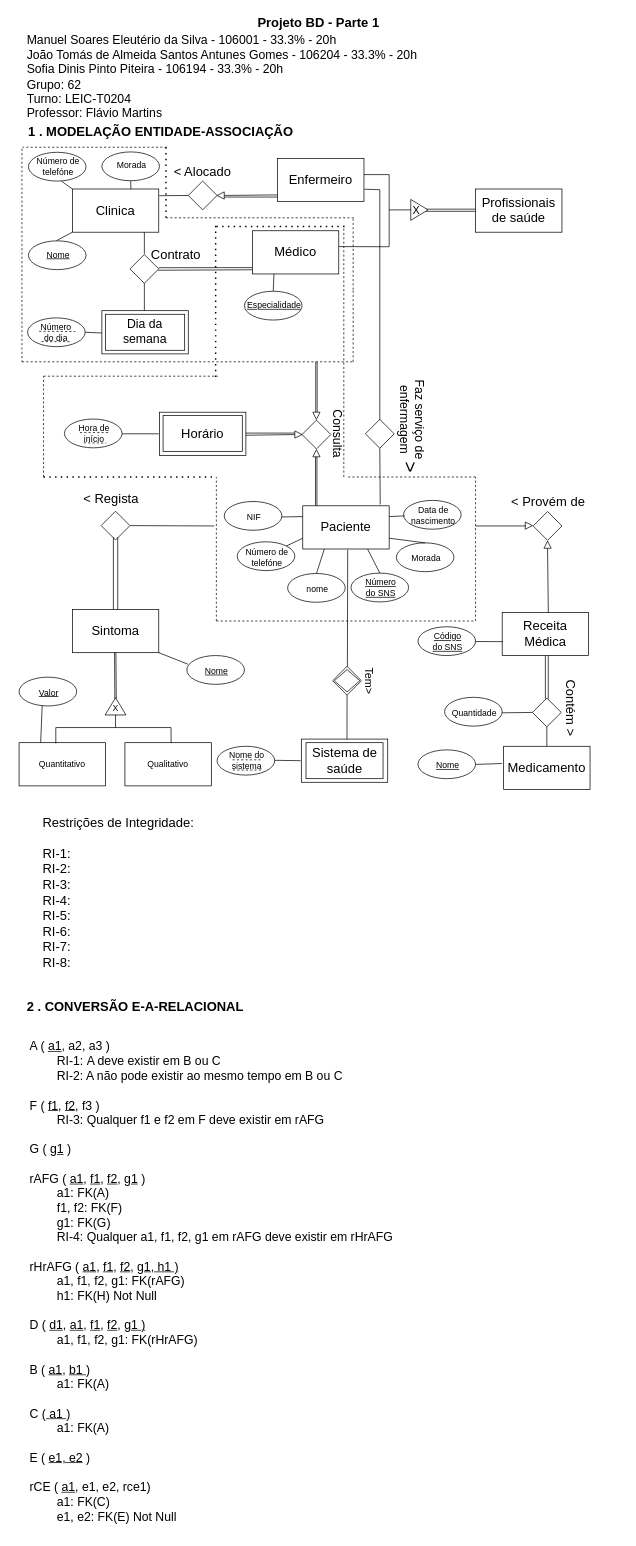
sofi004/DataBase-Project keeps this draw.io diagram as Exercicio1.drawio. Above is the earlier version. Source tidied: cells renumbered, new cells numbered last; positions are measured from the earlier drawing's top-left corner, leaving out a move shared by most shapes. Both pictures are drawn from the tidied source at 72%, with x=0, y=0 at pixel (12, 12).
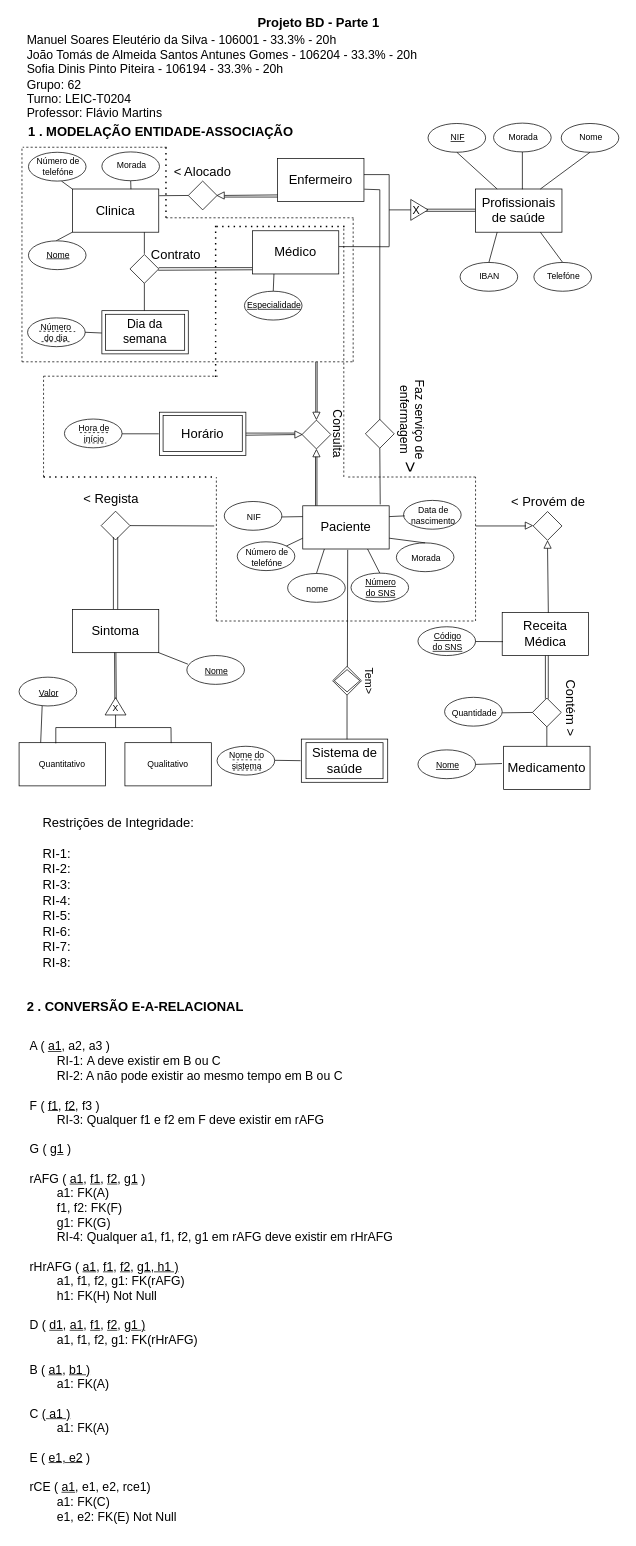
After the change.

Unchanged cells that the change refers to:
```xml
<mxCell id="8" value="&lt;span style=&quot;font-size: 18px;&quot;&gt;Profissionais&lt;br&gt;de saúde&lt;br&gt;&lt;/span&gt;" style="rounded=0;whiteSpace=wrap;html=1;" parent="1" vertex="1">
  <mxGeometry x="643" y="245" width="120" height="60" as="geometry" />
</mxCell>
```

What changed in the source:
```diff
@@
+    <mxCell id="167" style="ellipse;whiteSpace=wrap;html=1;fontSize=18;" parent="1" vertex="1">
+      <mxGeometry x="762" y="154" width="80" height="40" as="geometry" />
+    </mxCell>
+    <mxCell id="168" value="Nome" style="text;html=1;strokeColor=none;fillColor=none;align=center;verticalAlign=middle;whiteSpace=wrap;rounded=0;fontSize=12;" parent="1" vertex="1">
+      <mxGeometry x="763.5" y="164" width="78.5" height="19" as="geometry" />
+    </mxCell>
+    <mxCell id="169" style="ellipse;whiteSpace=wrap;html=1;fontSize=18;" parent="1" vertex="1">
+      <mxGeometry x="668" y="153.5" width="80" height="40" as="geometry" />
+    </mxCell>
+    <mxCell id="170" value="Morada" style="text;html=1;strokeColor=none;fillColor=none;align=center;verticalAlign=middle;whiteSpace=wrap;rounded=0;fontSize=12;" parent="1" vertex="1">
+      <mxGeometry x="669.5" y="163.5" width="78.5" height="19" as="geometry" />
+    </mxCell>
+    <mxCell id="171" style="ellipse;whiteSpace=wrap;html=1;fontSize=18;" parent="1" vertex="1">
+      <mxGeometry x="577" y="154" width="80" height="40" as="geometry" />
+    </mxCell>
+    <mxCell id="172" value="&lt;u&gt;NIF&lt;/u&gt;" style="text;html=1;strokeColor=none;fillColor=none;align=center;verticalAlign=middle;whiteSpace=wrap;rounded=0;fontSize=12;" parent="1" vertex="1">
+      <mxGeometry x="578.5" y="164" width="78.5" height="19" as="geometry" />
+    </mxCell>
+    <mxCell id="173" style="ellipse;whiteSpace=wrap;html=1;fontSize=18;" parent="1" vertex="1">
+      <mxGeometry x="621.5" y="347" width="80" height="40" as="geometry" />
+    </mxCell>
+    <mxCell id="174" value="IBAN" style="text;html=1;strokeColor=none;fillColor=none;align=center;verticalAlign=middle;whiteSpace=wrap;rounded=0;fontSize=12;" parent="1" vertex="1">
+      <mxGeometry x="623" y="357" width="78.5" height="19" as="geometry" />
+    </mxCell>
+    <mxCell id="175" style="ellipse;whiteSpace=wrap;html=1;fontSize=18;" parent="1" vertex="1">
+      <mxGeometry x="724" y="347" width="80" height="40" as="geometry" />
+    </mxCell>
+    <mxCell id="176" value="Telefóne" style="text;html=1;strokeColor=none;fillColor=none;align=center;verticalAlign=middle;whiteSpace=wrap;rounded=0;fontSize=12;" parent="1" vertex="1">
+      <mxGeometry x="725.5" y="357" width="78.5" height="19" as="geometry" />
+    </mxCell>
+    <mxCell id="177" style="endArrow=none;html=1;entryX=0.25;entryY=1;entryDx=0;entryDy=0;exitX=0.5;exitY=0;exitDx=0;exitDy=0;" parent="1" edge="1" source="173" target="8">
+      <mxGeometry relative="1" as="geometry" />
+    </mxCell>
+    <mxCell id="178" style="endArrow=none;html=1;entryX=0.75;entryY=1;entryDx=0;entryDy=0;exitX=0.5;exitY=0;exitDx=0;exitDy=0;" parent="1" edge="1" source="175" target="8">
+      <mxGeometry relative="1" as="geometry" />
+    </mxCell>
+    <mxCell id="179" style="endArrow=none;html=1;exitX=0.75;exitY=0;exitDx=0;exitDy=0;entryX=0.5;entryY=1;entryDx=0;entryDy=0;" parent="1" edge="1" source="8" target="167">
+      <mxGeometry relative="1" as="geometry" />
+    </mxCell>
+    <mxCell id="180" style="endArrow=none;html=1;entryX=0.5;entryY=1;entryDx=0;entryDy=0;exitX=0.542;exitY=0.007;exitDx=0;exitDy=0;exitPerimeter=0;" parent="1" edge="1" source="8" target="169">
+      <mxGeometry relative="1" as="geometry" />
+    </mxCell>
+    <mxCell id="181" style="endArrow=none;html=1;entryX=0.5;entryY=1;entryDx=0;entryDy=0;exitX=0.25;exitY=0;exitDx=0;exitDy=0;" parent="1" edge="1" source="8" target="171">
+      <mxGeometry relative="1" as="geometry" />
+    </mxCell>
```
